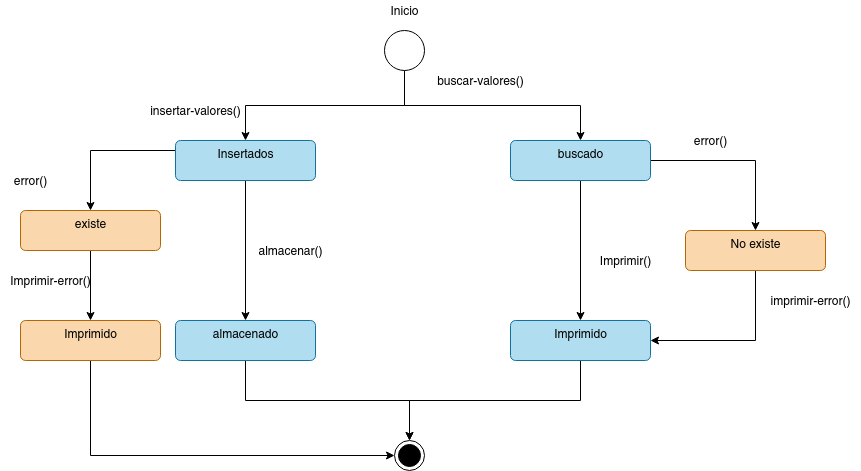
Before: imagenes/aplicacion/diagrama-estado.png, a diagram exported from draw.io (crislemen/MagicDB). Source tidied: cells renumbered, new cells last; positions are measured from the earlier drawing's top-left corner, leaving out a move shared by most shapes.
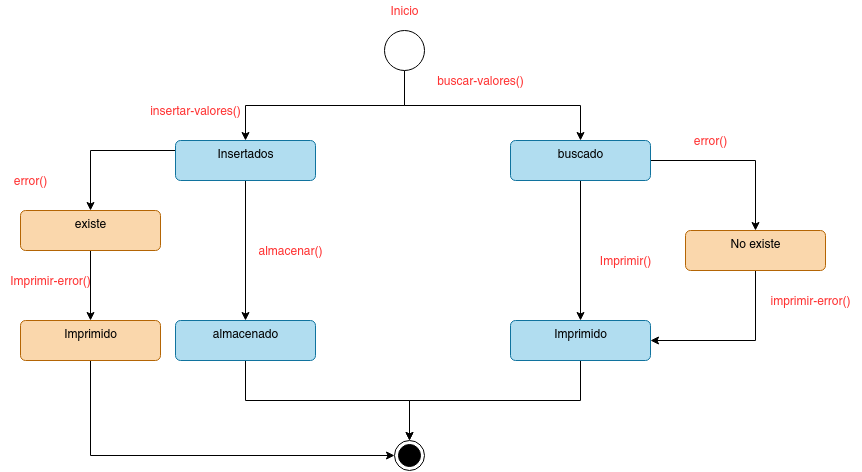
After the change.

Commit message:
Subida imagen diagrama estados

Change to the diagram source:
```diff
@@ -11,7 +11,7 @@
     <mxCell id="4" style="ellipse;whiteSpace=wrap;html=1;" parent="1" vertex="1">
       <mxGeometry x="384" y="30" width="40" height="40" as="geometry" />
     </mxCell>
-    <mxCell id="5" value="Inicio" style="text;html=1;align=center;verticalAlign=middle;strokeColor=none;" parent="1" vertex="1">
+    <mxCell id="5" value="Inicio" style="text;html=1;align=center;verticalAlign=middle;strokeColor=none;fontColor=#FF3333;" parent="1" vertex="1">
       <mxGeometry x="384" width="40" height="20" as="geometry" />
     </mxCell>
     <mxCell id="6" style="edgeStyle=orthogonalEdgeStyle;rounded=0;jettySize=auto;html=1;exitX=0.5;exitY=1;exitDx=0;exitDy=0;" parent="1" edge="1" source="8" target="13">
@@ -29,7 +29,7 @@
     <mxCell id="10" value="existe" style="html=1;align=center;verticalAlign=top;rounded=1;absoluteArcSize=1;arcSize=10;dashed=0;fillColor=#fad7ac;strokeColor=#b46504;" parent="1" vertex="1">
       <mxGeometry x="20" y="210" width="140" height="40" as="geometry" />
     </mxCell>
-    <mxCell id="11" value="insertar-valores()" style="text;html=1;align=center;verticalAlign=middle;strokeColor=none;" parent="1" vertex="1">
+    <mxCell id="11" value="insertar-valores()" style="text;html=1;align=center;verticalAlign=middle;strokeColor=none;fontColor=#FF3333;" parent="1" vertex="1">
       <mxGeometry x="140" y="100" width="110" height="20" as="geometry" />
     </mxCell>
     <mxCell id="12" style="edgeStyle=orthogonalEdgeStyle;rounded=0;jettySize=auto;html=1;exitX=0.5;exitY=1;exitDx=0;exitDy=0;" parent="1" edge="1" source="13" target="14">
@@ -47,13 +47,13 @@
     <mxCell id="16" value="Imprimido" style="html=1;align=center;verticalAlign=top;rounded=1;absoluteArcSize=1;arcSize=10;dashed=0;fillColor=#fad7ac;strokeColor=#b46504;" parent="1" vertex="1">
       <mxGeometry x="20" y="320" width="140" height="40" as="geometry" />
     </mxCell>
-    <mxCell id="17" value="Imprimir-error()" style="text;html=1;align=center;verticalAlign=middle;strokeColor=none;" parent="1" vertex="1">
+    <mxCell id="17" value="Imprimir-error()" style="text;html=1;align=center;verticalAlign=middle;strokeColor=none;fontColor=#FF3333;" parent="1" vertex="1">
       <mxGeometry y="270" width="100" height="20" as="geometry" />
     </mxCell>
-    <mxCell id="18" value="almacenar()" style="text;html=1;align=center;verticalAlign=middle;strokeColor=none;" parent="1" vertex="1">
+    <mxCell id="18" value="almacenar()" style="text;html=1;align=center;verticalAlign=middle;strokeColor=none;fontColor=#FF3333;" parent="1" vertex="1">
       <mxGeometry x="250" y="240" width="80" height="20" as="geometry" />
     </mxCell>
-    <mxCell id="19" value="error()" style="text;html=1;align=center;verticalAlign=middle;strokeColor=none;" parent="1" vertex="1">
+    <mxCell id="19" value="error()" style="text;html=1;align=center;verticalAlign=middle;strokeColor=none;fontColor=#FF3333;" parent="1" vertex="1">
       <mxGeometry x="5" y="170" width="50" height="20" as="geometry" />
     </mxCell>
     <mxCell id="20" style="edgeStyle=orthogonalEdgeStyle;rounded=0;jettySize=auto;html=1;exitX=0.5;exitY=1;exitDx=0;exitDy=0;" parent="1" edge="1" source="22" target="24">
@@ -71,7 +71,7 @@
     <mxCell id="24" value="Imprimido" style="html=1;align=center;verticalAlign=top;rounded=1;absoluteArcSize=1;arcSize=10;dashed=0;fillColor=#b1ddf0;strokeColor=#10739e;" parent="1" vertex="1">
       <mxGeometry x="510" y="320" width="140" height="40" as="geometry" />
     </mxCell>
-    <mxCell id="25" value="Imprimir()" style="text;html=1;align=center;verticalAlign=middle;strokeColor=none;" parent="1" vertex="1">
+    <mxCell id="25" value="Imprimir()" style="text;html=1;align=center;verticalAlign=middle;strokeColor=none;fontColor=#FF3333;" parent="1" vertex="1">
       <mxGeometry x="590" y="250" width="70" height="20" as="geometry" />
     </mxCell>
     <mxCell id="26" style="edgeStyle=orthogonalEdgeStyle;rounded=0;jettySize=auto;html=1;exitX=0.5;exitY=1;exitDx=0;exitDy=0;entryX=1;entryY=0.5;entryDx=0;entryDy=0;" parent="1" edge="1" source="27" target="24">
@@ -80,13 +80,13 @@
     <mxCell id="27" value="No existe" style="html=1;align=center;verticalAlign=top;rounded=1;absoluteArcSize=1;arcSize=10;dashed=0;fillColor=#fad7ac;strokeColor=#b46504;" parent="1" vertex="1">
       <mxGeometry x="685" y="230" width="140" height="40" as="geometry" />
     </mxCell>
-    <mxCell id="28" value="error()" style="text;html=1;align=center;verticalAlign=middle;strokeColor=none;" parent="1" vertex="1">
+    <mxCell id="28" value="error()" style="text;html=1;align=center;verticalAlign=middle;strokeColor=none;fontColor=#FF3333;" parent="1" vertex="1">
       <mxGeometry x="685" y="130" width="50" height="20" as="geometry" />
     </mxCell>
-    <mxCell id="29" value="imprimir-error()" style="text;html=1;align=center;verticalAlign=middle;strokeColor=none;" parent="1" vertex="1">
+    <mxCell id="29" value="imprimir-error()" style="text;html=1;align=center;verticalAlign=middle;strokeColor=none;fontColor=#FF3333;" parent="1" vertex="1">
       <mxGeometry x="760" y="290" width="100" height="20" as="geometry" />
     </mxCell>
-    <mxCell id="30" value="buscar-valores()" style="text;html=1;align=center;verticalAlign=middle;strokeColor=none;" parent="1" vertex="1">
+    <mxCell id="30" value="buscar-valores()" style="text;html=1;align=center;verticalAlign=middle;strokeColor=none;fontColor=#FF3333;" parent="1" vertex="1">
       <mxGeometry x="430" y="70" width="100" height="20" as="geometry" />
     </mxCell>
   </root>
```
